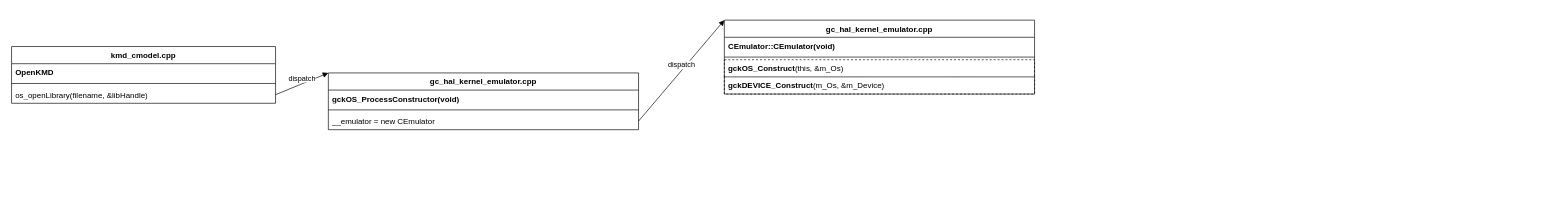
The draw.io diagram cmodel.drawio in evolution124/mydiagram, before the edit. Source tidied: cells renumbered, new cells numbered last; positions are measured from the earlier drawing's top-left corner, leaving out a move shared by most shapes. Both pictures are drawn from the tidied source at 66%, with x=0, y=0 at pixel (11, 20).
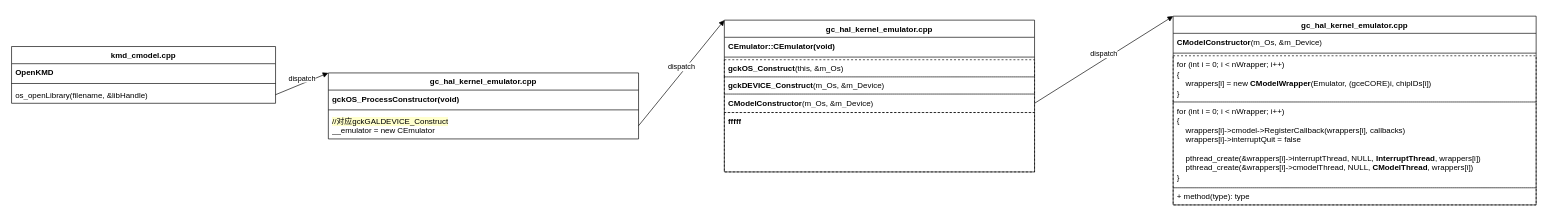
The same page after the edit.

Diff of the diagram source:
```diff
@@
     <mxCell id="7" value="gc_hal_kernel_emulator.cpp" style="swimlane;fontStyle=1;align=center;verticalAlign=top;horizontal=1;startSize=26;whiteSpace=wrap;html=1;" parent="1" vertex="1">
-      <mxGeometry x="480" y="80" width="470" height="86" as="geometry" />
+      <mxGeometry x="480" y="80" width="470" height="100" as="geometry" />
     </mxCell>
@@
-    <mxCell id="10" value="__emulator = new CEmulator" style="text;strokeColor=none;fillColor=none;align=left;verticalAlign=top;spacingLeft=4;spacingRight=4;overflow=hidden;points=[[0,0.5],[1,0.5]];portConstraint=eastwest;whiteSpace=wrap;html=1;" parent="7" vertex="1">
-      <mxGeometry y="60" width="470" height="26" as="geometry" />
+    <mxCell id="10" value="&lt;div&gt;&lt;div&gt;&lt;span style=&quot;background-color: rgb(255, 255, 204);&quot;&gt;//对应gckGALDEVICE_Construct&lt;/span&gt;&lt;/div&gt;&lt;b&gt;&lt;/b&gt;&lt;/div&gt;__emulator = new CEmulator" style="text;strokeColor=none;fillColor=none;align=left;verticalAlign=top;spacingLeft=4;spacingRight=4;overflow=hidden;points=[[0,0.5],[1,0.5]];portConstraint=eastwest;whiteSpace=wrap;html=1;" parent="7" vertex="1">
+      <mxGeometry y="60" width="470" height="40" as="geometry" />
     </mxCell>
     <mxCell id="11" value="gc_hal_kernel_emulator.cpp" style="swimlane;fontStyle=1;align=center;verticalAlign=top;horizontal=1;startSize=26;whiteSpace=wrap;html=1;" parent="1" vertex="1">
-      <mxGeometry x="1080" width="470" height="112" as="geometry" />
+      <mxGeometry x="1080" width="470" height="230" as="geometry" />
     </mxCell>
@@
+    <mxCell id="17" value="&lt;div&gt;&lt;b style=&quot;color: light-dark(rgb(0, 0, 0), rgb(255, 255, 255));&quot;&gt;CModelConstructor&lt;/b&gt;&lt;span style=&quot;background-color: light-dark(#ffffff, var(--ge-dark-color, #121212)); color: light-dark(rgb(0, 0, 0), rgb(255, 255, 255));&quot;&gt;(m_Os, &amp;amp;m_Device)&lt;/span&gt;&lt;/div&gt;" style="text;strokeColor=default;fillColor=none;align=left;verticalAlign=top;spacingLeft=4;spacingRight=4;overflow=hidden;points=[[0,0.5],[1,0.5]];portConstraint=eastwest;whiteSpace=wrap;html=1;dashed=1;labelBackgroundColor=default;" parent="11" vertex="1">
+      <mxGeometry y="112" width="470" height="28" as="geometry" />
+    </mxCell>
+    <mxCell id="18" value="&lt;b&gt;fffff&lt;/b&gt;" style="text;strokeColor=default;fillColor=none;align=left;verticalAlign=top;spacingLeft=4;spacingRight=4;overflow=hidden;whiteSpace=wrap;html=1;dashed=1;" parent="11" vertex="1">
+      <mxGeometry y="140" width="470" height="90" as="geometry" />
+    </mxCell>
@@
+    <mxCell id="19" value="gc_hal_kernel_emulator.cpp" style="swimlane;fontStyle=1;align=center;verticalAlign=top;horizontal=1;startSize=26;whiteSpace=wrap;html=1;" parent="1" vertex="1">
+      <mxGeometry x="1760" y="-6" width="550" height="286" as="geometry" />
+    </mxCell>
+    <mxCell id="20" value="&lt;b&gt;CModelConstructor&lt;/b&gt;(m_Os, &amp;amp;m_Device)" style="text;strokeColor=none;fillColor=none;align=left;verticalAlign=top;spacingLeft=4;spacingRight=4;overflow=hidden;whiteSpace=wrap;html=1;" parent="19" vertex="1">
+      <mxGeometry y="26" width="550" height="26" as="geometry" />
+    </mxCell>
+    <mxCell id="21" style="line;strokeWidth=1;fillColor=none;align=left;verticalAlign=middle;spacingTop=-1;spacingLeft=3;spacingRight=3;labelPosition=right;strokeColor=inherit;" parent="19" vertex="1">
+      <mxGeometry y="52" width="550" height="8" as="geometry" />
+    </mxCell>
+    <mxCell id="22" value="for (int i = 0; i &amp;lt; nWrapper; i++)&lt;div&gt;{&lt;/div&gt;&lt;div&gt;&amp;nbsp; &amp;nbsp; wrappers[i] = new &lt;b&gt;CModelWrapper&lt;/b&gt;(Emulator, (gceCORE)i, chipIDs[i])&lt;/div&gt;&lt;div&gt;}&lt;/div&gt;" style="text;strokeColor=default;fillColor=none;align=left;verticalAlign=top;spacingLeft=4;spacingRight=4;overflow=hidden;whiteSpace=wrap;html=1;dashed=1;" parent="19" vertex="1">
+      <mxGeometry y="60" width="550" height="70" as="geometry" />
+    </mxCell>
+    <mxCell id="23" value="for (int i = 0; i &amp;lt; nWrapper; i++)&lt;div&gt;{&lt;br&gt;&amp;nbsp; &amp;nbsp; wrappers[i]-&amp;gt;cmodel-&amp;gt;RegisterCallback(wrappers[i], callbacks)&lt;/div&gt;&lt;div&gt;&amp;nbsp; &amp;nbsp; wrappers[i]-&amp;gt;interruptQuit = false&lt;/div&gt;&lt;div&gt;&amp;nbsp; &amp;nbsp;&amp;nbsp;&lt;/div&gt;&lt;div&gt;&amp;nbsp; &amp;nbsp; pthread_create(&amp;amp;wrappers[i]-&amp;gt;interruptThread, NULL, &lt;b&gt;InterruptThread&lt;/b&gt;, wrappers[i])&lt;/div&gt;&lt;div&gt;&amp;nbsp; &amp;nbsp; pthread_create(&amp;amp;wrappers[i]-&amp;gt;cmodelThread, NULL, &lt;b&gt;CModelThread&lt;/b&gt;, wrappers[i])&lt;/div&gt;&lt;div&gt;}&lt;/div&gt;" style="text;strokeColor=default;fillColor=none;align=left;verticalAlign=top;spacingLeft=4;spacingRight=4;overflow=hidden;whiteSpace=wrap;html=1;dashed=1;" parent="19" vertex="1">
+      <mxGeometry y="130" width="550" height="130" as="geometry" />
+    </mxCell>
+    <mxCell id="24" value="+ method(type): type" style="text;strokeColor=default;fillColor=none;align=left;verticalAlign=top;spacingLeft=4;spacingRight=4;overflow=hidden;whiteSpace=wrap;html=1;dashed=1;" parent="19" vertex="1">
+      <mxGeometry y="260" width="550" height="26" as="geometry" />
+    </mxCell>
+    <mxCell id="25" value="dispatch" style="html=1;verticalAlign=bottom;endArrow=block;curved=0;rounded=0;entryX=0;entryY=0;entryDx=0;entryDy=0;exitX=1;exitY=0.5;exitDx=0;exitDy=0;" parent="1" edge="1" source="17" target="19">
+      <mxGeometry relative="1" as="geometry" />
+    </mxCell>
```
